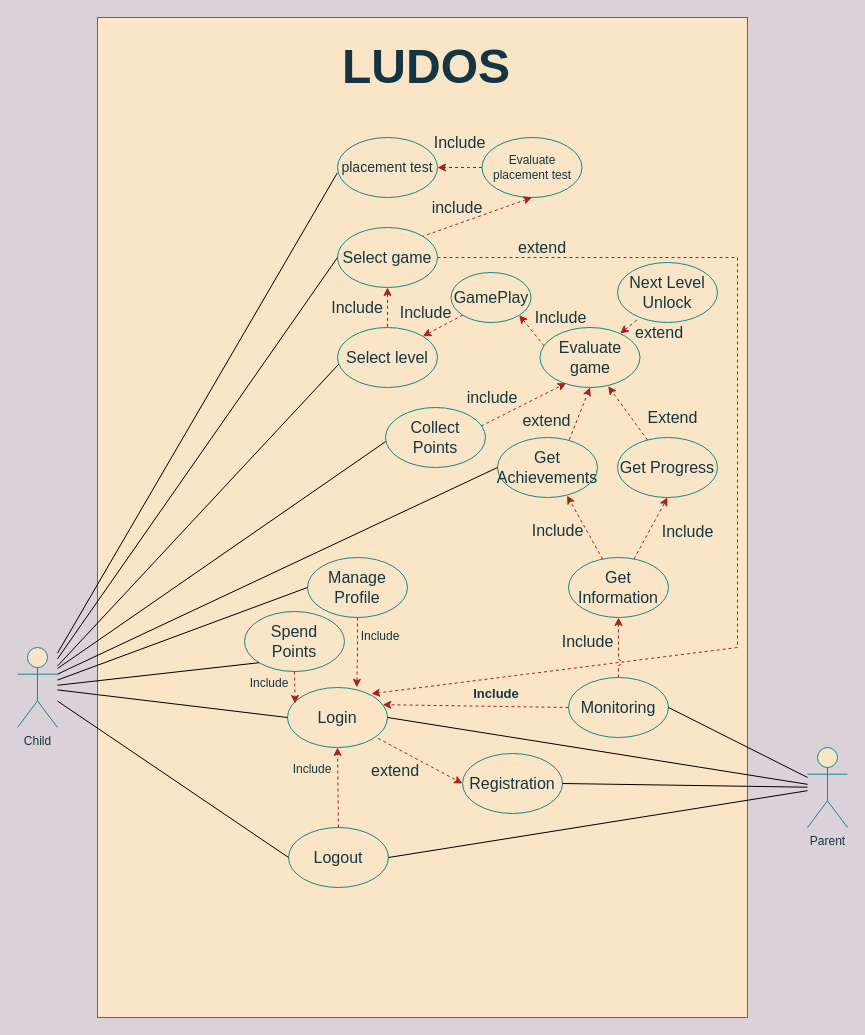
Earlier version of the draw.io diagram Diagrams/Use_Case_Diagram.drawio (LUDOOS/LUDOSDOCS). Source tidied: cells renumbered, new cells numbered last; positions are measured from the earlier drawing's top-left corner, leaving out a move shared by most shapes. Both pictures are drawn from the tidied source at 100%, with x=0, y=0 at pixel (17, 17).
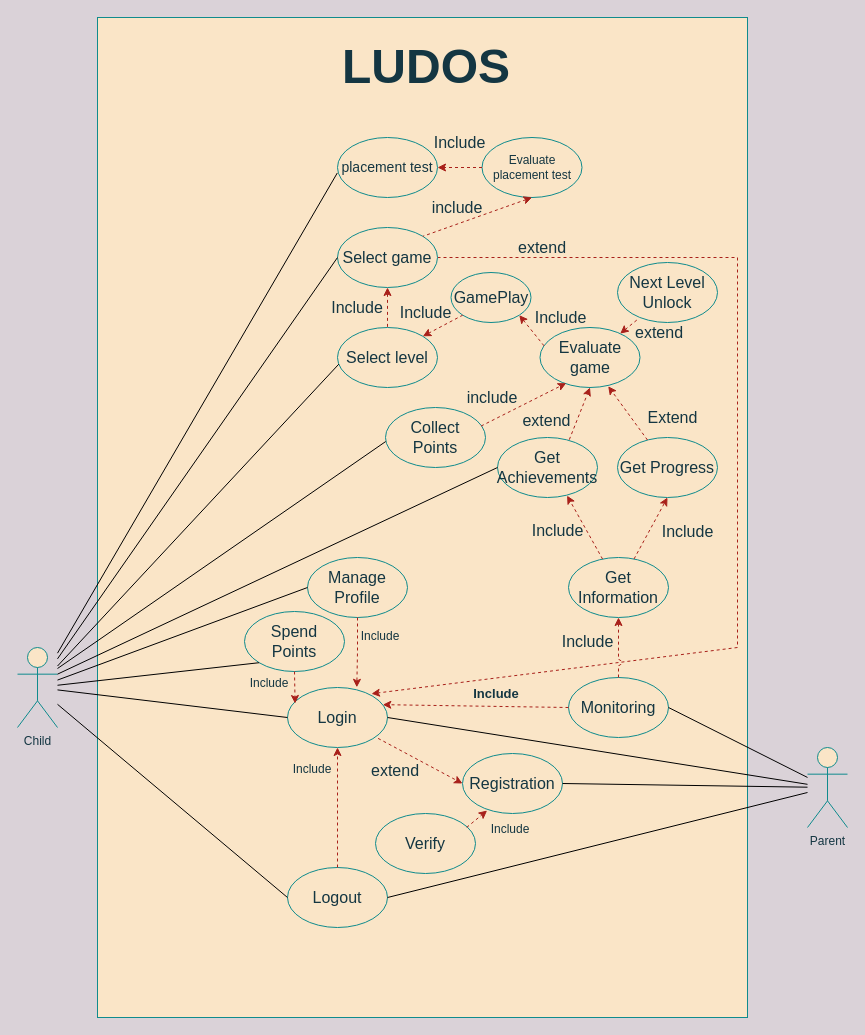
The same page after the edit.

The change refers to these unchanged cells:
```xml
<mxCell id="5" value="&lt;font style=&quot;font-size: 16px;&quot;&gt;Registration&lt;/font&gt;" style="ellipse;whiteSpace=wrap;html=1;fillColor=#FAE5C7;strokeColor=#0F8B8D;fontColor=#143642;" parent="1" vertex="1">
  <mxGeometry x="445" y="736" width="100" height="60" as="geometry" />
</mxCell>
```

Diff of the diagram source:
```diff
@@
     <mxCell id="7" value="&lt;font style=&quot;font-size: 16px;&quot;&gt;Logout&lt;/font&gt;" style="ellipse;whiteSpace=wrap;html=1;fillColor=#FAE5C7;strokeColor=#0F8B8D;fontColor=#143642;" parent="1" vertex="1">
-      <mxGeometry x="271" y="810" width="100" height="60" as="geometry" />
+      <mxGeometry x="270" y="850" width="100" height="60" as="geometry" />
     </mxCell>
@@
+    <mxCell id="72" value="&lt;font style=&quot;font-size: 16px;&quot;&gt;Verify&lt;/font&gt;" style="ellipse;whiteSpace=wrap;html=1;fillColor=#FAE5C7;strokeColor=#0F8B8D;fontColor=#143642;" parent="1" vertex="1">
+      <mxGeometry x="358" y="796" width="100" height="60" as="geometry" />
+    </mxCell>
+    <mxCell id="73" style="endArrow=classic;html=1;rounded=0;dashed=1;exitX=0.912;exitY=0.232;exitDx=0;exitDy=0;entryX=0.246;entryY=0.951;entryDx=0;entryDy=0;labelBackgroundColor=#DAD2D8;strokeColor=#A8201A;fontColor=#143642;exitPerimeter=0;entryPerimeter=0;jumpStyle=arc;jumpSize=10;" parent="1" edge="1" source="72" target="5">
+      <mxGeometry relative="1" as="geometry" />
+    </mxCell>
+    <mxCell id="74" value="&lt;font style=&quot;font-size: 12px;&quot;&gt;Include&lt;/font&gt;" style="text;html=1;strokeColor=none;fillColor=none;align=center;verticalAlign=middle;whiteSpace=wrap;rounded=0;shadow=0;labelBackgroundColor=none;fontSize=16;fontColor=#143642;" parent="1" vertex="1">
+      <mxGeometry x="467.5" y="800" width="50" height="20" as="geometry" />
+    </mxCell>
```
